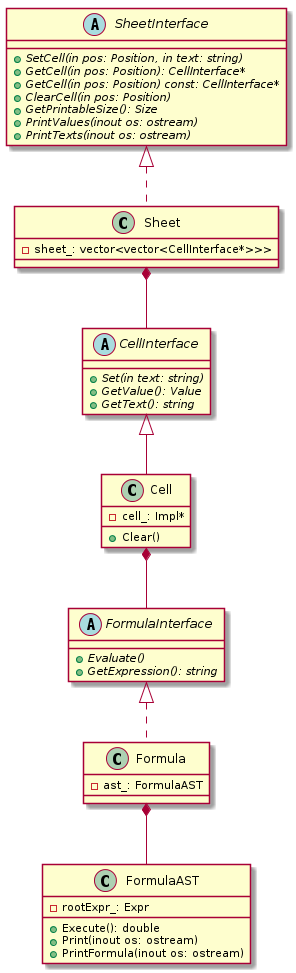
kazarynau/YandexPraktikumFinal keeps this PlantUML diagram as uml/png/table.png. Above is the earlier version. The source it was exported from:
```plantuml
@startuml


abstract class CellInterface {
    +{abstract} Set(in text: string)
    +{abstract} GetValue(): Value
    +{abstract} GetText(): string
}

class Cell {
    +Clear()
    -cell_: Impl*
}

class Cell extends CellInterface


abstract class SheetInterface {
    +{abstract} SetCell(in pos: Position, in text: string)
    +{abstract} GetCell(in pos: Position): CellInterface*
    +{abstract} GetCell(in pos: Position) const: CellInterface*
    +{abstract} ClearCell(in pos: Position)
    +{abstract} GetPrintableSize(): Size
    +{abstract} PrintValues(inout os: ostream)
    +{abstract} PrintTexts(inout os: ostream)
}

class Sheet {
    -sheet_: vector<vector<CellInterface*>>>
}

class Sheet implements SheetInterface


abstract class Expr {
    +{abstract} Print()
    +{abstract} DoPrintFormula(inout os: ostream, in precedence: ExprPrecedence)
    +{abstract} Evaluate(): double
    +{abstract} GetPrecedence(): ExprPrecedence
    +PrintFormula(inout os: ostream, in precedence: ExprPrecedence, in rightChild: bool)
}

class BinaryOpExpr {
    -opType_: BinaryOpExpr::Type
    -lhs_: Expr*
    -rhs_: Expr*
}

class UnaryOpExpr {
    -opType_: UnaryOpExpr::Type
    -operand_: Expr*
}

class NumberExpr {
    -value_: double
}

class BinaryOpExpr implements Expr
class UnaryOpExpr implements Expr
class NumberExpr implements Expr


class FormulaAST {
    +Execute(): double
    +Print(inout os: ostream)
    +PrintFormula(inout os: ostream)
    -rootExpr_: Expr
}

FormulaAST *-- Expr


abstract class FormulaInterface {
    +{abstract} Evaluate()
    +{abstract} GetExpression(): string
}

class Formula {
    -ast_: FormulaAST
}

class Formula implements FormulaInterface
Formula *-- FormulaAST


Cell *-- FormulaInterface
Sheet *-- CellInterface

remove Expr
remove BinaryOpExpr
remove UnaryOpExpr
remove NumberExpr

@enduml
```
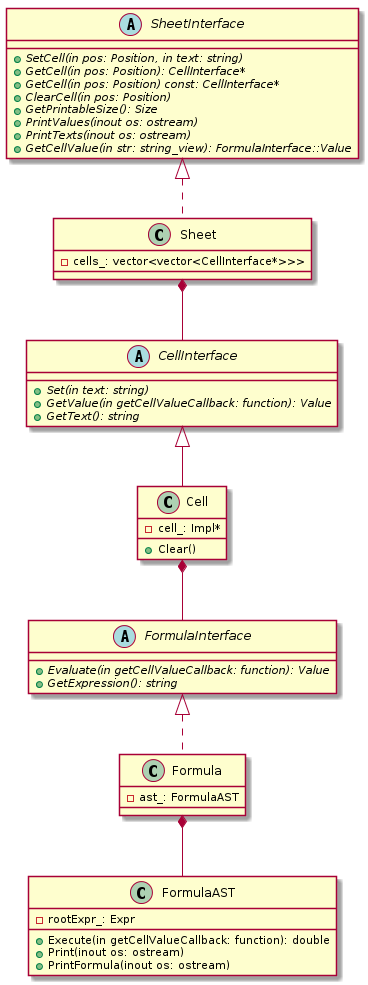
The same diagram one commit later.

Change to the diagram source:
```diff
@@ -3,7 +3,7 @@
 
 abstract class CellInterface {
     +{abstract} Set(in text: string)
-    +{abstract} GetValue(): Value
+    +{abstract} GetValue(in getCellValueCallback: function): Value
     +{abstract} GetText(): string
 }
 
@@ -23,10 +23,11 @@
     +{abstract} GetPrintableSize(): Size
     +{abstract} PrintValues(inout os: ostream)
     +{abstract} PrintTexts(inout os: ostream)
+    +{abstract} GetCellValue(in str: string_view): FormulaInterface::Value
 }
 
 class Sheet {
-    -sheet_: vector<vector<CellInterface*>>>
+    -cells_: vector<vector<CellInterface*>>>
 }
 
 class Sheet implements SheetInterface
@@ -35,7 +36,7 @@
 abstract class Expr {
     +{abstract} Print()
     +{abstract} DoPrintFormula(inout os: ostream, in precedence: ExprPrecedence)
-    +{abstract} Evaluate(): double
+    +{abstract} Evaluate(in getCellValueCallback: function): double
     +{abstract} GetPrecedence(): ExprPrecedence
     +PrintFormula(inout os: ostream, in precedence: ExprPrecedence, in rightChild: bool)
 }
@@ -61,17 +62,17 @@
 
 
 class FormulaAST {
-    +Execute(): double
+    +Execute(in getCellValueCallback: function): double
     +Print(inout os: ostream)
     +PrintFormula(inout os: ostream)
     -rootExpr_: Expr
 }
 
-FormulaAST *-- Expr
+FormulaAST *-r- Expr
 
 
 abstract class FormulaInterface {
-    +{abstract} Evaluate()
+    +{abstract} Evaluate(in getCellValueCallback: function): Value
     +{abstract} GetExpression(): string
 }
 
@@ -80,11 +81,11 @@
 }
 
 class Formula implements FormulaInterface
-Formula *-- FormulaAST
+Formula *-r- FormulaAST
 
 
-Cell *-- FormulaInterface
-Sheet *-- CellInterface
+Cell *-r- FormulaInterface
+Sheet *-r- CellInterface
 
 remove Expr
 remove BinaryOpExpr
```
